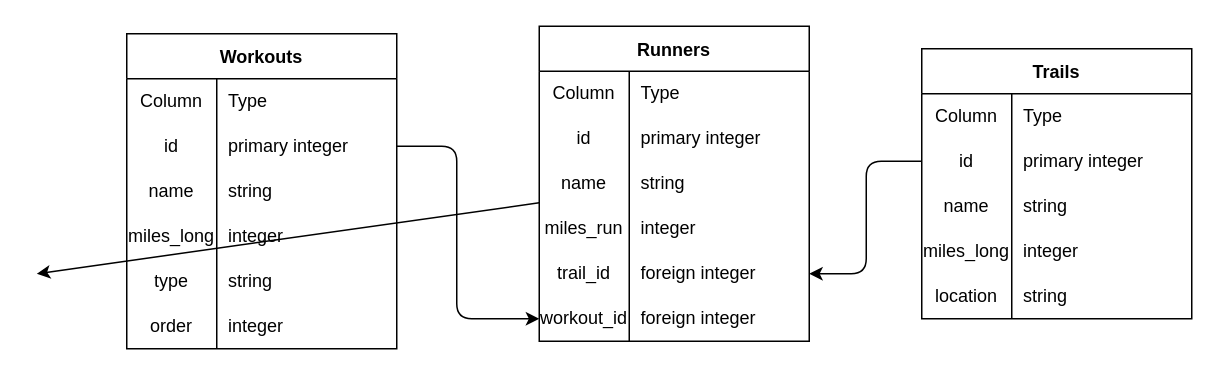
This is lib/marathon-minder-erd.drawio from clambiase08/marathon-manager, a draw.io file, before an edit. Source tidied: cells renumbered, new cells numbered last; positions are measured from the earlier drawing's top-left corner, leaving out a move shared by most shapes. Both pictures are drawn from the tidied source at 150%, with x=0, y=0 at pixel (36, 26).
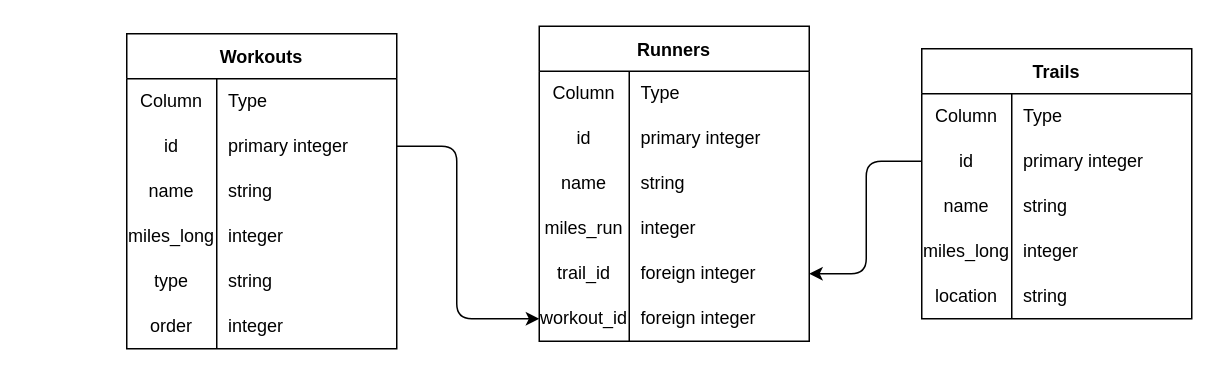
The same diagram, later.

Unchanged cells that the change refers to:
```xml
<mxCell id="3" value="Runners" style="shape=table;startSize=30;childLayout=tableLayout;rowLines=0;fontStyle=1;" parent="1" vertex="1">
  <mxGeometry x="335" width="180" height="210" as="geometry" />
</mxCell>
```

The edit, as a diff of the source:
```diff
@@
-    <mxCell id="2" style="edgeStyle=none;html=1;" parent="1" edge="1" source="3">
-      <mxGeometry relative="1" as="geometry">
-        <mxPoint y="165" as="targetPoint" />
-      </mxGeometry>
-    </mxCell>
```
